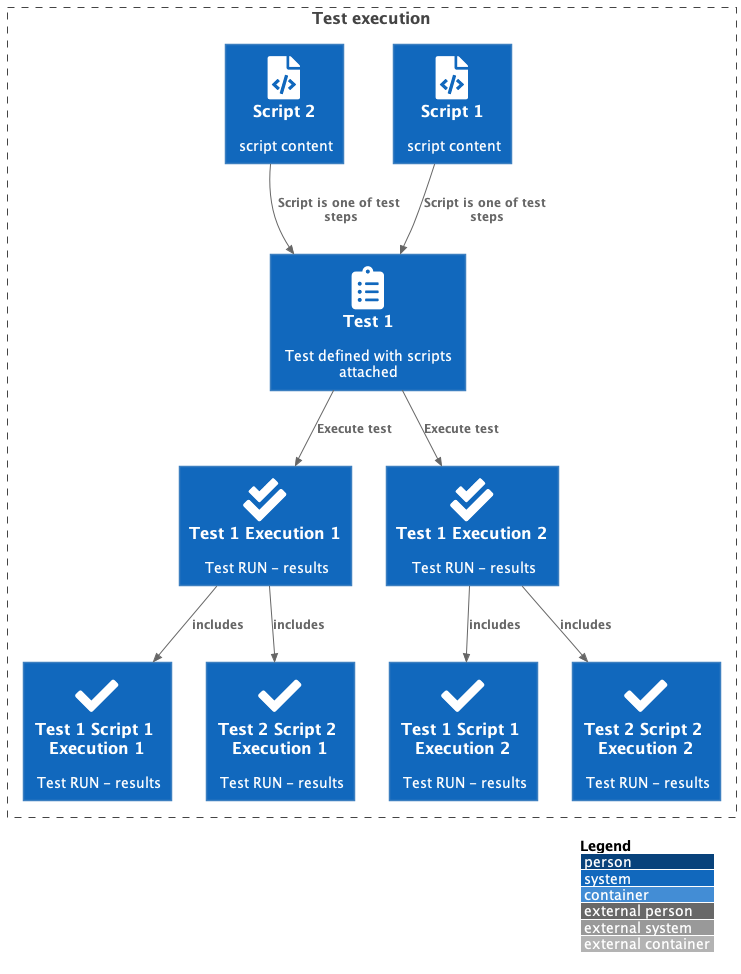
This is docs/img/objects-dependencies.png from kubeshop/testkube, a PlantUML export, as it was before one commit.
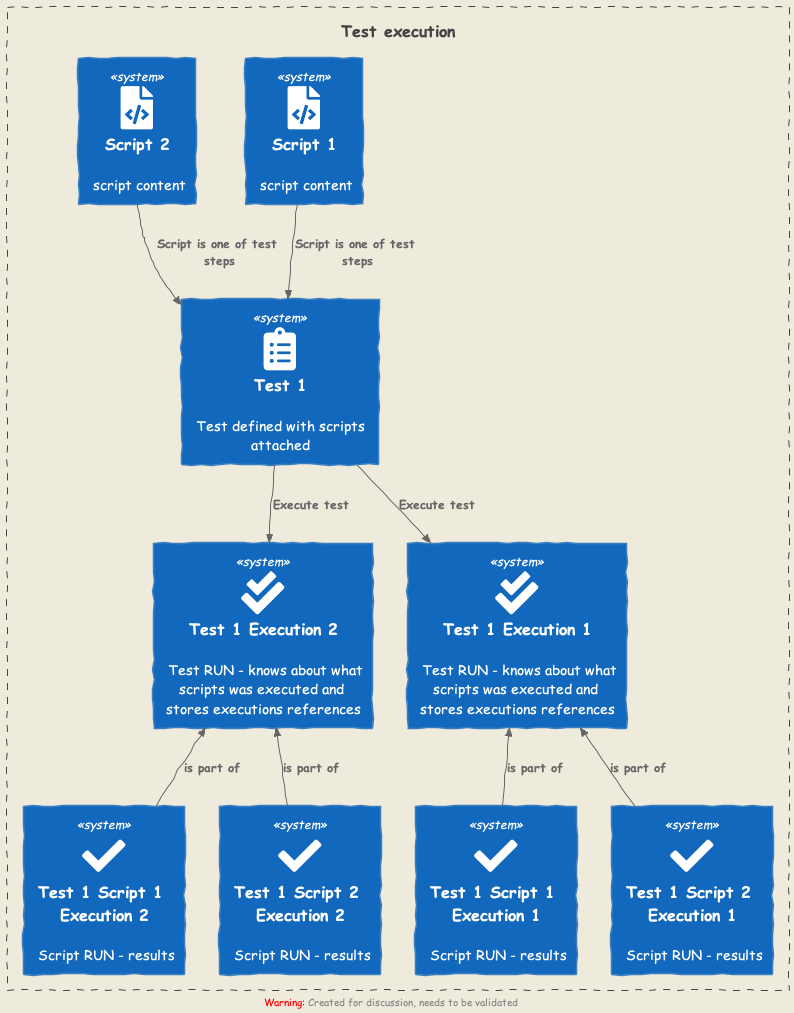
After the change.

Commit message:
updated docs for object refs

Diff of the diagram source:
```diff
@@ -10,7 +10,7 @@
 !include FONTAWESOME/clipboard_list.puml
 !include FONTAWESOME/file_code.puml
 
-LAYOUT_WITH_LEGEND()
+LAYOUT_AS_SKETCH()
 
 Boundary(ext, "Test execution") {
 
@@ -19,13 +19,13 @@
 	System(script1, "Script 1", "script content", "file_code")
 	System(script2, "Script 2", "script content", "file_code")
 
-	System(test1Execution1, "Test 1 Execution 1", "Test RUN - results", "check_double")
-	System(test1Execution2, "Test 1 Execution 2", "Test RUN - results", "check_double")
+	System(test1Execution1, "Test 1 Execution 1", "Test RUN - knows about what scripts was executed and stores executions references", "check_double")
+	System(test1Execution2, "Test 1 Execution 2", "Test RUN - knows about what scripts was executed and stores executions references", "check_double")
 
-	System(test1script1Execution1, "Test 1 Script 1 Execution 1", "Test RUN - results", "check")
-	System(test1script1Execution2, "Test 1 Script 1 Execution 2", "Test RUN - results", "check")
-	System(test1script2Execution1, "Test 2 Script 2 Execution 1", "Test RUN - results", "check")
-	System(test1script2Execution2, "Test 2 Script 2 Execution 2", "Test RUN - results", "check")
+	System(test1script1Execution1, "Test 1 Script 1 Execution 1", "Script RUN - results", "check")
+	System(test1script2Execution1, "Test 1 Script 2 Execution 1", "Script RUN - results", "check")
+	System(test1script1Execution2, "Test 1 Script 1 Execution 2", "Script RUN - results", "check")
+	System(test1script2Execution2, "Test 1 Script 2 Execution 2", "Script RUN - results", "check")
 
 	Rel(script1, test1, "Script is one of test steps")
 	Rel(script2, test1, "Script is one of test steps")
@@ -33,11 +33,11 @@
 	Rel(test1, test1Execution1, "Execute test")
 	Rel(test1, test1Execution2, "Execute test")
 
-	Rel(test1Execution1, test1script1Execution1, "includes")
-	Rel(test1Execution1, test1script2Execution1, "includes")
+	Rel_U(test1script1Execution1, test1Execution1, "is part of")
+	Rel_U(test1script2Execution1, test1Execution1, "is part of")
 
-	Rel(test1Execution2, test1script1Execution2, "includes")
-	Rel(test1Execution2, test1script2Execution2, "includes")
+	Rel_U(test1script1Execution2, test1Execution2, "is part of")
+	Rel_U(test1script2Execution2, test1Execution2, "is part of")
 
 }
 
```
